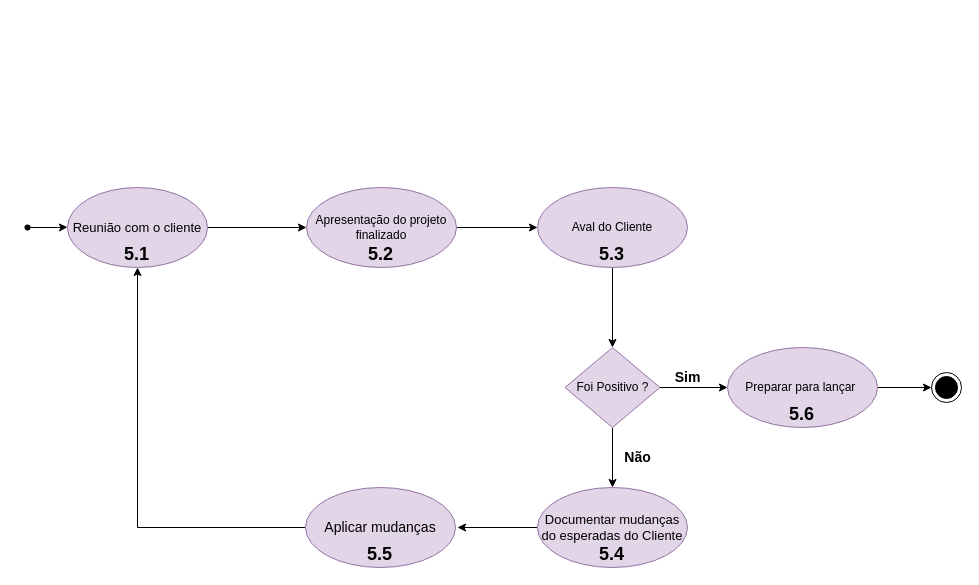
This is page "Subfluxo atv 5" (9 of 9) of Diagrama sem nome.drawio from helloisasilva/Processo-de-engenharia-de-software-para-App-mobile, a draw.io file, before an edit. Source tidied: cells renumbered, new cells numbered last; positions are measured from the earlier drawing's top-left corner, leaving out a move shared by most shapes. Both pictures are drawn from the tidied source at 100%, with x=0, y=0 at pixel (17, 187).
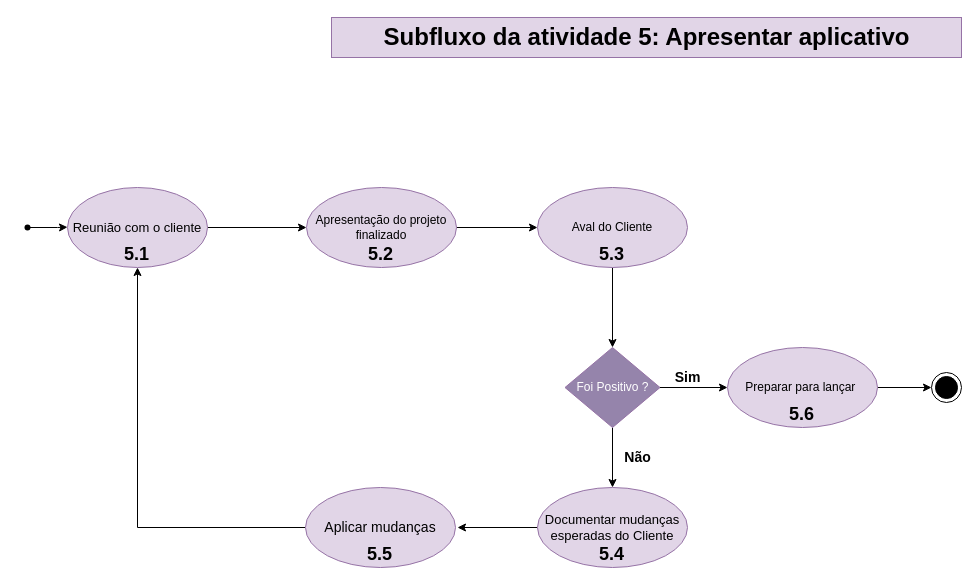
The same diagram, later.

The edit, as a diff of the source:
```diff
@@
-    <mxCell id="16" value="Foi Positivo ?" style="rhombus;whiteSpace=wrap;html=1;fillColor=#e1d5e7;strokeColor=#9673a6;shadow=0;" parent="1" vertex="1">
+    <mxCell id="16" value="&lt;font color=&quot;#ffffff&quot;&gt;Foi Positivo ?&lt;/font&gt;" style="rhombus;whiteSpace=wrap;html=1;fillColor=#9584AB;strokeColor=#9673a6;shadow=0;" parent="1" vertex="1">
       <mxGeometry x="547.5" y="160" width="95" height="80" as="geometry" />
     </mxCell>
@@
-    <mxCell id="23" value="Documentar mudanças do esperadas do Cliente" style="ellipse;whiteSpace=wrap;html=1;fillColor=#e1d5e7;strokeColor=#9673a6;shadow=0;fontSize=13;" parent="1" vertex="1">
+    <mxCell id="23" value="Documentar mudanças esperadas do Cliente" style="ellipse;whiteSpace=wrap;html=1;fillColor=#e1d5e7;strokeColor=#9673a6;shadow=0;fontSize=13;" parent="1" vertex="1">
       <mxGeometry x="520" y="300" width="150" height="80" as="geometry" />
     </mxCell>
@@
+    <mxCell id="30" value="Subfluxo da atividade 5: Apresentar aplicativo" style="text;strokeColor=#9673a6;fillColor=#e1d5e7;html=1;fontSize=24;fontStyle=1;verticalAlign=middle;align=center;" parent="1" vertex="1">
+      <mxGeometry x="314" y="-170" width="630" height="40" as="geometry" />
+    </mxCell>
```
